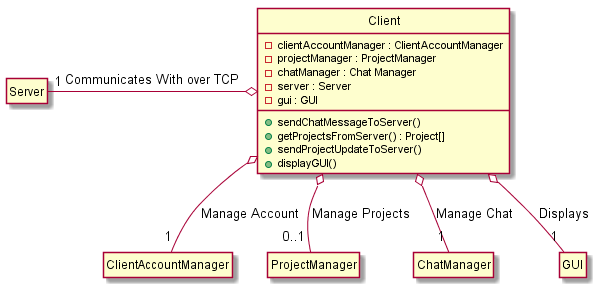
This is hw3/Client/client.png from voxelv/sQuire_kw, a PlantUML export, as it was before one commit. Its diagram source:
```plantuml
@startuml
hide circle
hide empty members

class "Client" as sq_c {
    -clientAccountManager : ClientAccountManager
    -projectManager : ProjectManager
    -chatManager : Chat Manager
    -server : Server
    -gui : GUI
    +sendChatMessageToServer()
    +getProjectsFromServer() : Project[]
    +sendProjectUpdateToServer()
    +displayGUI()
    +
}


class "ClientAccountManager" as sq_acntmgr
class "ProjectManager" as sq_projmgr
class "ChatManager" as sq_chatmgr
class "Server" as sq_server
class "GUI" as sq_gui

sq_c o-left- "1" sq_server : Communicates With over TCP

sq_c o-- "0..1" sq_projmgr :  Manage Projects
sq_c o-- "1" sq_acntmgr : Manage Account
sq_c o-- "1" sq_chatmgr : Manage Chat
sq_c o-- "1" sq_gui : Displays


@enduml
```
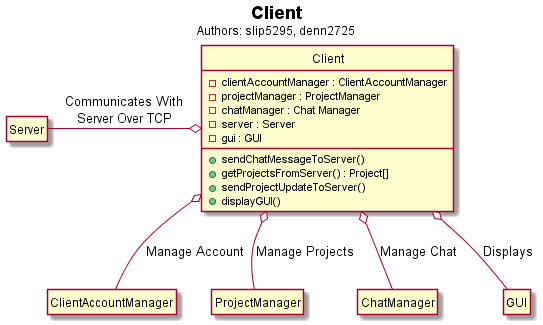
The same file after the commit.

What changed in the source:
```diff
@@ -1,6 +1,8 @@
 @startuml
 hide circle
 hide empty members
+
+title <b>Client</b>\n<size:12>Authors: slip5295, denn2725</size>
 
 class "Client" as sq_c {
     -clientAccountManager : ClientAccountManager
@@ -22,12 +24,12 @@
 class "Server" as sq_server
 class "GUI" as sq_gui
 
-sq_c o-left- "1" sq_server : Communicates With over TCP
+sq_c o-left- sq_server : Communicates With\nServer Over TCP
 
-sq_c o-- "0..1" sq_projmgr :  Manage Projects
-sq_c o-- "1" sq_acntmgr : Manage Account
-sq_c o-- "1" sq_chatmgr : Manage Chat
-sq_c o-- "1" sq_gui : Displays
+sq_c o-- sq_projmgr :  Manage Projects
+sq_c o-- sq_acntmgr : Manage Account
+sq_c o-- sq_chatmgr : Manage Chat
+sq_c o-- sq_gui : Displays
 
 
 @enduml
```
